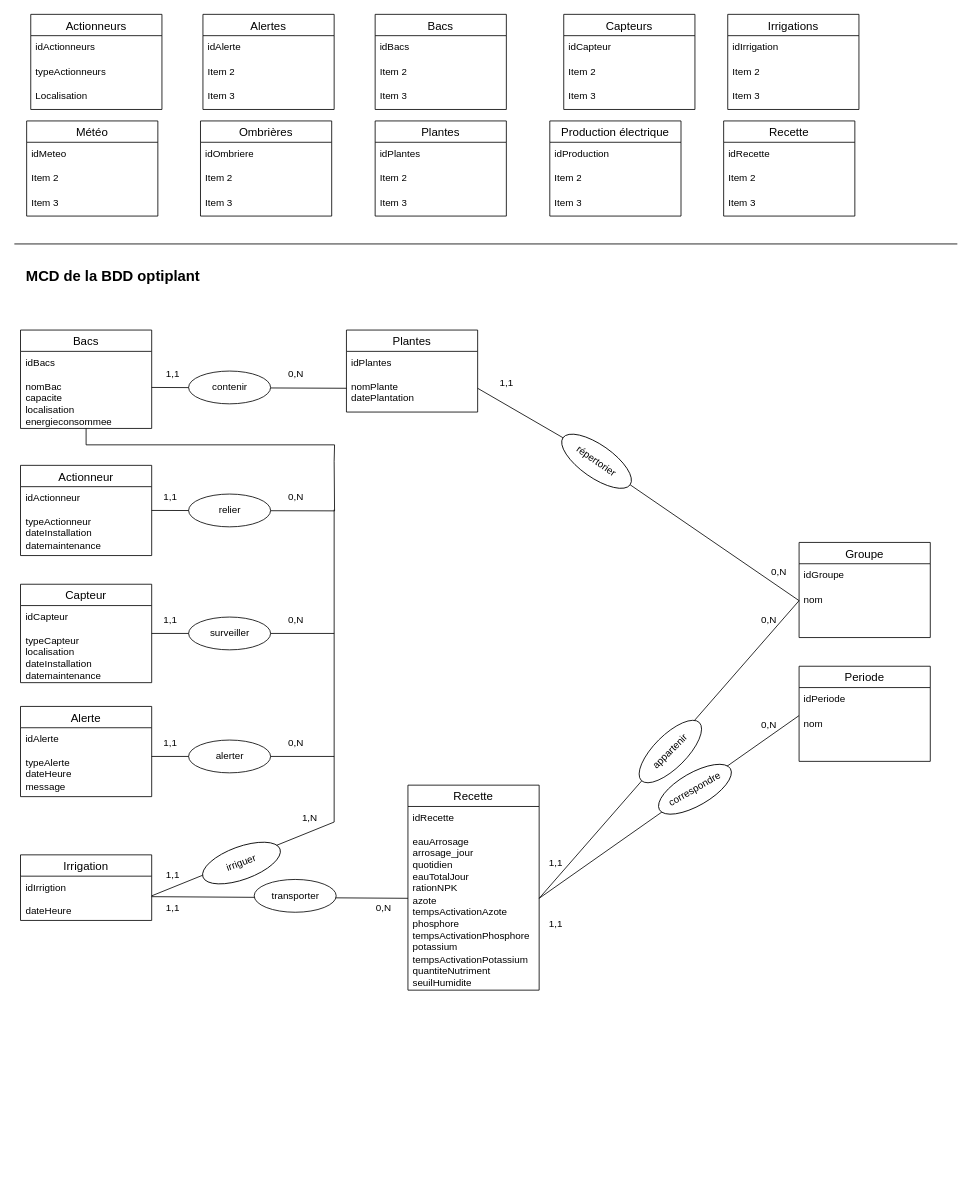
Above: MCD.drawio in SAE601/BDD (draw.io), before the change. Source tidied: cells renumbered, new cells numbered last; positions are measured from the earlier drawing's top-left corner, leaving out a move shared by most shapes. Both pictures are drawn from the tidied source at 82%, with x=0, y=0 at pixel (14, 14).
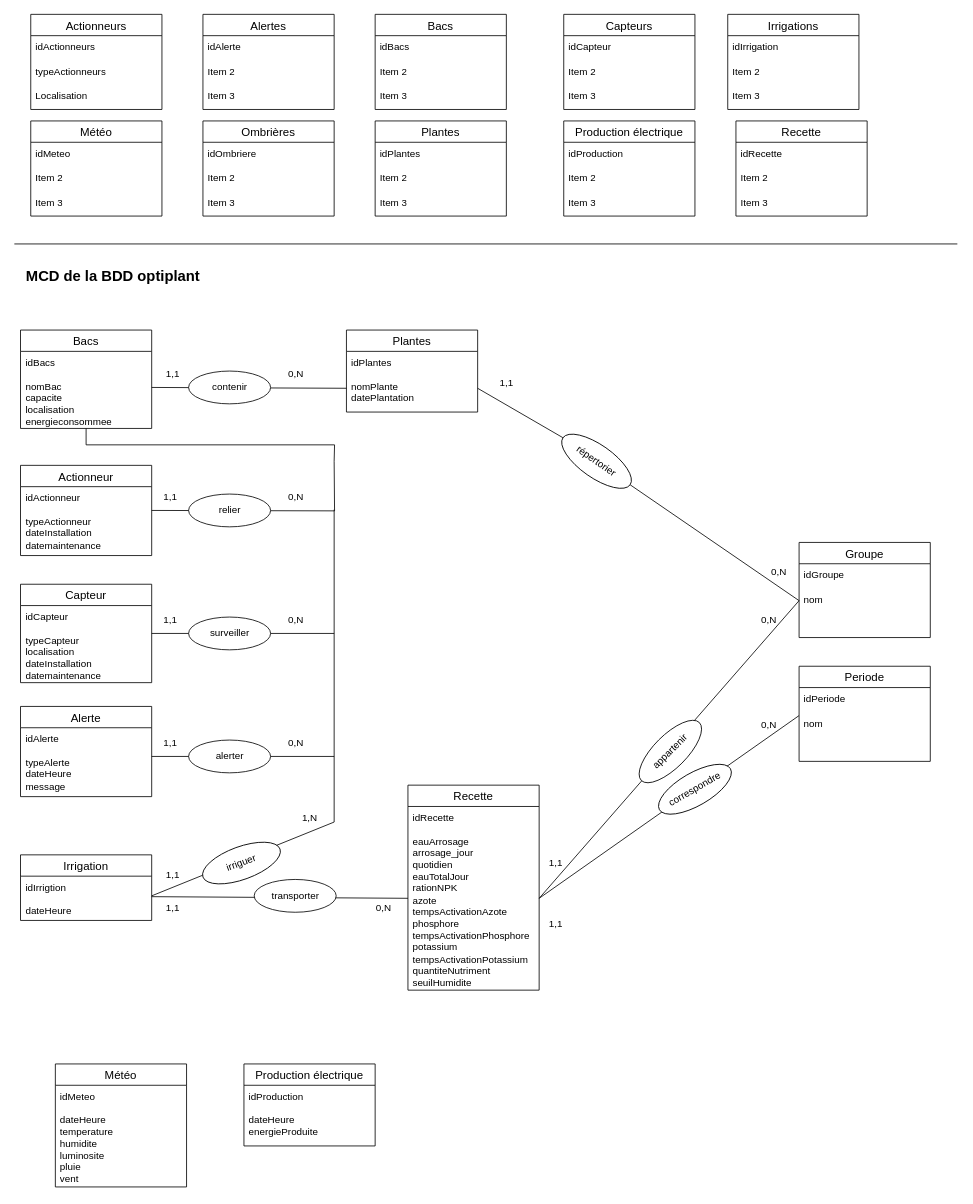
Above is the later version.

What changed in the source:
```diff
@@
     <mxCell id="22" value="Météo" style="swimlane;fontStyle=0;horizontal=1;startSize=26;align=center;fontSize=14;" parent="1" vertex="1">
-      <mxGeometry x="15" y="130" width="160" height="116" as="geometry" />
+      <mxGeometry x="20" y="130" width="160" height="116" as="geometry" />
     </mxCell>
@@
     <mxCell id="26" value="Ombrières" style="swimlane;fontStyle=0;horizontal=1;startSize=26;align=center;fontSize=14;" parent="1" vertex="1">
-      <mxGeometry x="227" y="130" width="160" height="116" as="geometry" />
+      <mxGeometry x="230" y="130" width="160" height="116" as="geometry" />
     </mxCell>
@@
     <mxCell id="34" value="Production électrique" style="swimlane;fontStyle=0;horizontal=1;startSize=26;align=center;fontSize=14;" parent="1" vertex="1">
-      <mxGeometry x="653" y="130" width="160" height="116" as="geometry" />
+      <mxGeometry x="670" y="130" width="160" height="116" as="geometry" />
     </mxCell>
@@
     <mxCell id="38" value="Recette" style="swimlane;fontStyle=0;horizontal=1;startSize=26;align=center;fontSize=14;" parent="1" vertex="1">
-      <mxGeometry x="865" y="130" width="160" height="116" as="geometry" />
+      <mxGeometry x="880" y="130" width="160" height="116" as="geometry" />
     </mxCell>
@@
+    <mxCell id="107" value="Météo" style="swimlane;fontStyle=0;horizontal=1;startSize=26;align=center;fontSize=14;" parent="1" vertex="1">
+      <mxGeometry x="50" y="1280" width="160" height="150" as="geometry" />
+    </mxCell>
+    <mxCell id="108" value="&lt;div&gt;idMeteo&lt;/div&gt;&lt;div&gt;&lt;br&gt;&lt;/div&gt;&lt;div&gt;dateHeure&lt;/div&gt;&lt;div&gt;temperature&lt;/div&gt;&lt;div&gt;humidite&lt;/div&gt;&lt;div&gt;luminosite&lt;br&gt;          pluie&lt;/div&gt;&lt;div&gt;vent&lt;br&gt;&lt;/div&gt;" style="text;strokeColor=none;fillColor=none;spacingLeft=4;spacingRight=4;overflow=hidden;fontSize=12;whiteSpace=wrap;html=1;" parent="107" vertex="1">
+      <mxGeometry y="26" width="160" height="124" as="geometry" />
+    </mxCell>
+    <mxCell id="109" value="Production électrique" style="swimlane;fontStyle=0;horizontal=1;startSize=26;align=center;fontSize=14;" parent="1" vertex="1">
+      <mxGeometry x="280" y="1280" width="160" height="100" as="geometry" />
+    </mxCell>
+    <mxCell id="110" value="&lt;div&gt;idProduction&lt;/div&gt;&lt;div&gt;&lt;br&gt;&lt;/div&gt;&lt;div&gt;dateHeure&lt;/div&gt;&lt;div&gt;energieProduite&lt;br&gt;&lt;/div&gt;" style="text;strokeColor=none;fillColor=none;spacingLeft=4;spacingRight=4;overflow=hidden;fontSize=12;whiteSpace=wrap;html=1;" parent="109" vertex="1">
+      <mxGeometry y="26" width="160" height="74" as="geometry" />
+    </mxCell>
```
